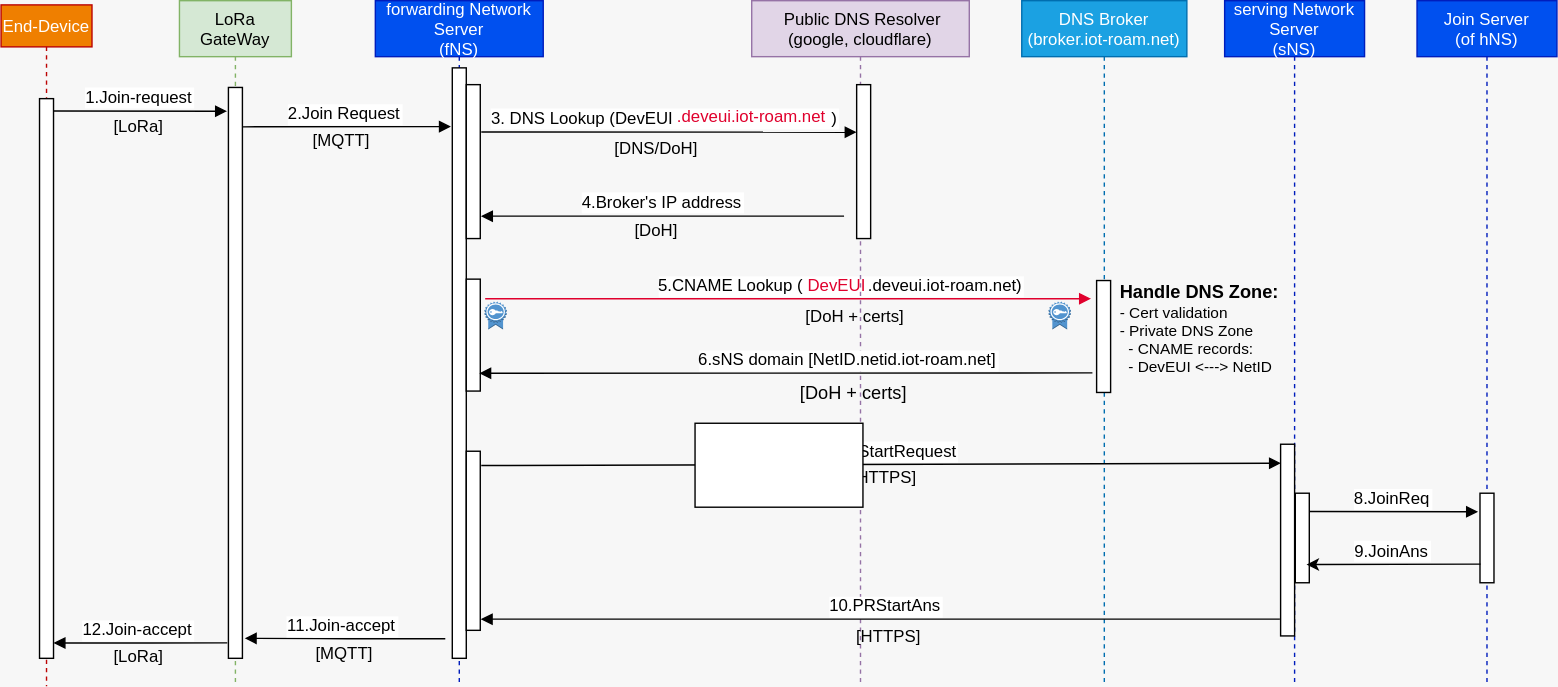
Before: images/echange.svg, a diagram exported from draw.io (MarinoMtz/LoRaWAN-Roaming-Tutorial). Source tidied: cells renumbered, new cells last; positions are measured from the earlier drawing's top-left corner, leaving out a move shared by most shapes.
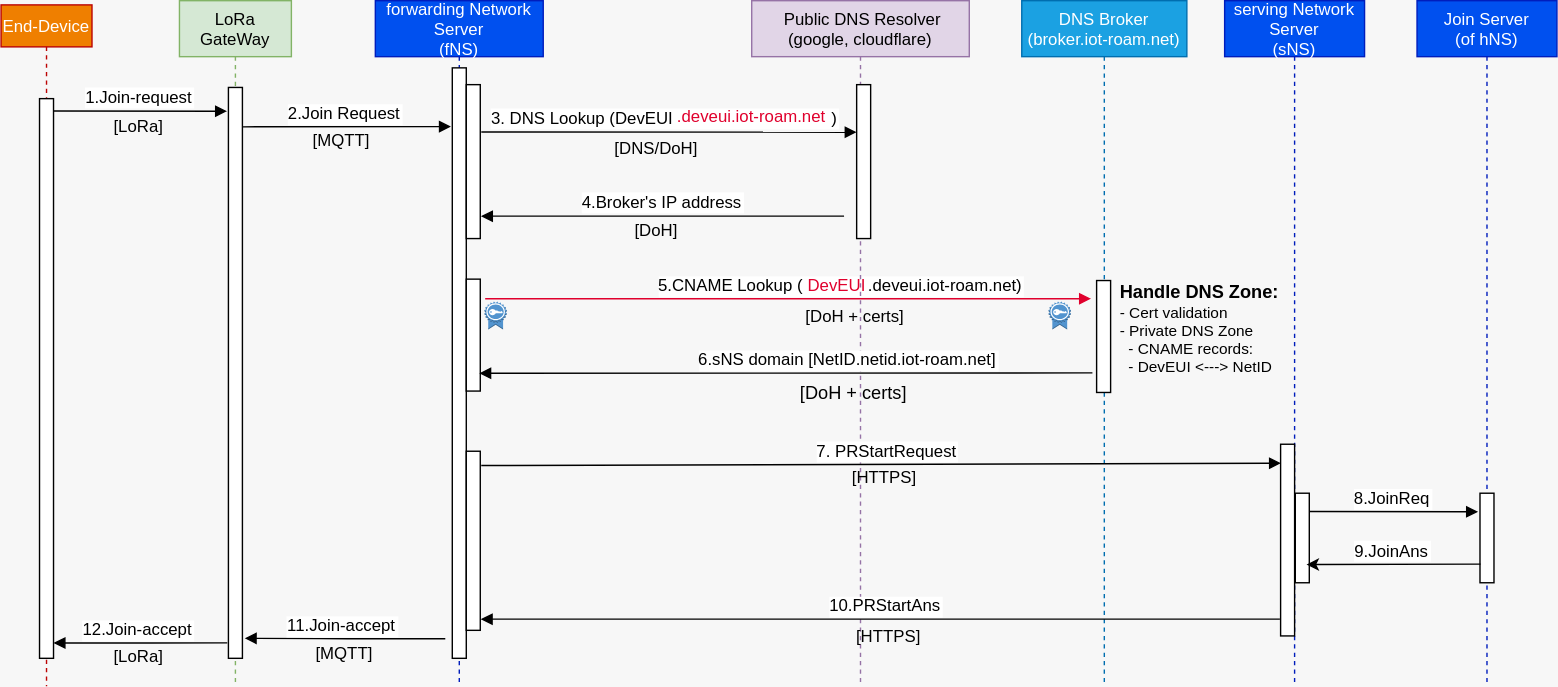
The same file after the commit.

Diff of the diagram source:
```diff
@@ -164,8 +164,5 @@
         <mxPoint x="933" y="403" as="sourcePoint" />
       </mxGeometry>
     </mxCell>
-    <mxCell id="47" style="rounded=0;whiteSpace=wrap;html=1;" parent="1" vertex="1">
-      <mxGeometry x="496" y="302" width="120" height="60" as="geometry" />
-    </mxCell>
   </root>
 </mxGraphModel>
```
